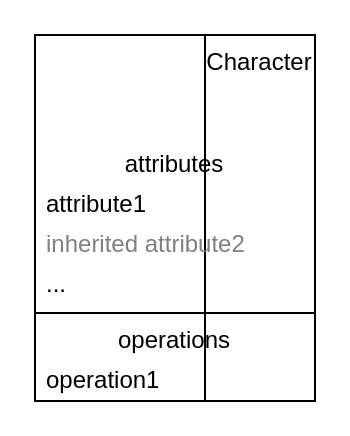
The draw.io diagram StrategyPattern.drawio in geralson22/design-patterns, before the edit. Source tidied: cells renumbered, new cells numbered last; positions are measured from the earlier drawing's top-left corner, leaving out a move shared by most shapes. Both pictures are drawn from the tidied source at 200%, with x=0, y=0 at pixel (34, 34).
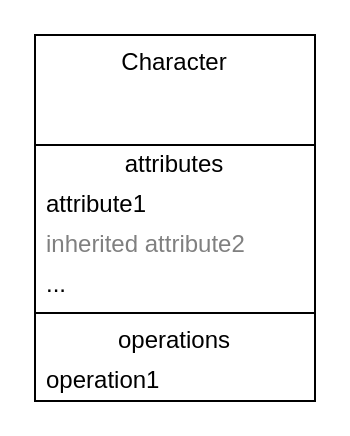
The same diagram, later.

Diff of the diagram source:
```diff
@@
 <mxGraphModel>
   <root>
     <mxCell id="0" />
     <mxCell id="1" parent="0" />
-    <mxCell id="2" value="Character" style="swimlane;fontStyle=0;align=center;verticalAlign=top;horizontal=1;startSize=55;html=1;whiteSpace=wrap;direction=south;" parent="1" vertex="1">
+    <mxCell id="2" value="Character" style="swimlane;fontStyle=0;align=center;verticalAlign=top;horizontal=1;startSize=55;html=1;whiteSpace=wrap;" parent="1" vertex="1">
       <mxGeometry width="140" height="183" as="geometry" />
     </mxCell>
     <mxCell id="3" value="attributes" style="text;html=1;strokeColor=none;fillColor=none;align=center;verticalAlign=middle;spacingLeft=4;spacingRight=4;overflow=hidden;whiteSpace=wrap;" parent="2" vertex="1">
       <mxGeometry y="55" width="140" height="20" as="geometry" />
     </mxCell>
     <mxCell id="4" value="attribute1" style="text;html=1;strokeColor=none;fillColor=none;align=left;verticalAlign=middle;spacingLeft=4;spacingRight=4;overflow=hidden;whiteSpace=wrap;" parent="2" vertex="1">
       <mxGeometry y="75" width="140" height="20" as="geometry" />
     </mxCell>
     <mxCell id="5" value="inherited attribute2" style="text;html=1;strokeColor=none;fillColor=none;align=left;verticalAlign=middle;spacingLeft=4;spacingRight=4;overflow=hidden;fontColor=#808080;whiteSpace=wrap;" parent="2" vertex="1">
       <mxGeometry y="95" width="140" height="20" as="geometry" />
     </mxCell>
     <mxCell id="6" value="..." style="text;html=1;strokeColor=none;fillColor=none;align=left;verticalAlign=middle;spacingLeft=4;spacingRight=4;overflow=hidden;whiteSpace=wrap;" parent="2" vertex="1">
       <mxGeometry y="115" width="140" height="20" as="geometry" />
     </mxCell>
     <mxCell id="7" style="line;strokeWidth=1;fillColor=none;align=left;verticalAlign=middle;spacingTop=-1;spacingLeft=3;spacingRight=3;labelPosition=right;" parent="2" vertex="1">
       <mxGeometry y="135" width="140" height="8" as="geometry" />
     </mxCell>
     <mxCell id="8" value="operations" style="text;html=1;strokeColor=none;fillColor=none;align=center;verticalAlign=middle;spacingLeft=4;spacingRight=4;overflow=hidden;whiteSpace=wrap;" parent="2" vertex="1">
       <mxGeometry y="143" width="140" height="20" as="geometry" />
     </mxCell>
     <mxCell id="9" value="operation1" style="text;html=1;strokeColor=none;fillColor=none;align=left;verticalAlign=middle;spacingLeft=4;spacingRight=4;overflow=hidden;whiteSpace=wrap;" parent="2" vertex="1">
       <mxGeometry y="163" width="140" height="20" as="geometry" />
     </mxCell>
   </root>
 </mxGraphModel>
```
